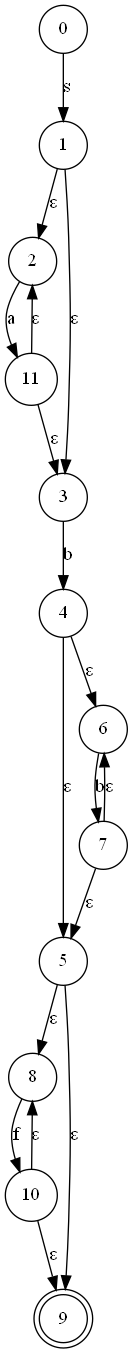
This is visualization/NFA.gv.png from julia-bel/machine_learning_of_patterns, a Graphviz export, as it was before one commit. Its source is kept beside it as visualization/NFA.gv.
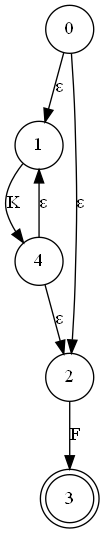
The same file after the commit.

The edit, as a diff of the source:
```diff
@@ -1,31 +1,13 @@
 digraph {
 	0 [shape=circle]
-	0 -> 1 [label=s]
+	0 -> 1 [label="ε"]
+	0 -> 2 [label="ε"]
+	2 [shape=circle]
+	2 -> 3 [label=F]
+	3 [shape=doublecircle]
 	1 [shape=circle]
-	1 -> 2 [label="ε"]
-	1 -> 3 [label="ε"]
-	3 [shape=circle]
-	3 -> 4 [label=b]
+	1 -> 4 [label=K]
 	4 [shape=circle]
-	4 -> 5 [label="ε"]
-	4 -> 6 [label="ε"]
-	6 [shape=circle]
-	6 -> 7 [label=b]
-	7 [shape=circle]
-	7 -> 5 [label="ε"]
-	7 -> 6 [label="ε"]
-	5 [shape=circle]
-	5 -> 8 [label="ε"]
-	5 -> 9 [label="ε"]
-	9 [shape=doublecircle]
-	8 [shape=circle]
-	8 -> 10 [label=f]
-	10 [shape=circle]
-	10 -> 8 [label="ε"]
-	10 -> 9 [label="ε"]
-	2 [shape=circle]
-	2 -> 11 [label=a]
-	11 [shape=circle]
-	11 -> 2 [label="ε"]
-	11 -> 3 [label="ε"]
+	4 -> 1 [label="ε"]
+	4 -> 2 [label="ε"]
 }
```
